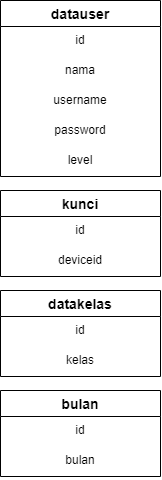
This is ERD.drawio.png from Dityaren/Diagram, a draw.io export, as it was before one commit. Source tidied: cells renumbered, new cells last; positions are measured from the earlier drawing's top-left corner, leaving out a move shared by most shapes.
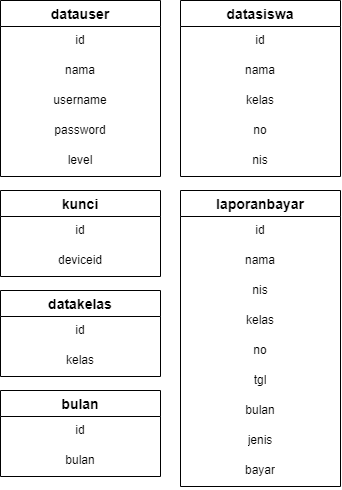
Later version of the same file.

The edit, as a diff of the source:
```diff
@@ -47,5 +47,53 @@
     <mxCell id="16" value="bulan" style="text;strokeColor=none;fillColor=none;spacingLeft=4;spacingRight=4;overflow=hidden;fontSize=12;align=center;" parent="14" vertex="1">
       <mxGeometry y="56" width="160" height="30" as="geometry" />
     </mxCell>
+    <mxCell id="17" value="datasiswa" style="swimlane;fontStyle=1;horizontal=1;startSize=26;align=center;fontSize=14;" parent="1" vertex="1">
+      <mxGeometry x="180" width="160" height="176" as="geometry" />
+    </mxCell>
+    <mxCell id="18" value="id" style="text;strokeColor=none;fillColor=none;spacingLeft=4;spacingRight=4;overflow=hidden;fontSize=12;align=center;" parent="17" vertex="1">
+      <mxGeometry y="26" width="160" height="30" as="geometry" />
+    </mxCell>
+    <mxCell id="19" value="nama" style="text;strokeColor=none;fillColor=none;spacingLeft=4;spacingRight=4;overflow=hidden;fontSize=12;align=center;" parent="17" vertex="1">
+      <mxGeometry y="56" width="160" height="30" as="geometry" />
+    </mxCell>
+    <mxCell id="20" value="kelas" style="text;strokeColor=none;fillColor=none;spacingLeft=4;spacingRight=4;overflow=hidden;fontSize=12;align=center;" parent="17" vertex="1">
+      <mxGeometry y="86" width="160" height="30" as="geometry" />
+    </mxCell>
+    <mxCell id="21" value="no" style="text;strokeColor=none;fillColor=none;spacingLeft=4;spacingRight=4;overflow=hidden;fontSize=12;align=center;html=1;" parent="17" vertex="1">
+      <mxGeometry y="116" width="160" height="30" as="geometry" />
+    </mxCell>
+    <mxCell id="22" value="nis" style="text;strokeColor=none;fillColor=none;spacingLeft=4;spacingRight=4;overflow=hidden;fontSize=12;align=center;html=1;" parent="17" vertex="1">
+      <mxGeometry y="146" width="160" height="30" as="geometry" />
+    </mxCell>
+    <mxCell id="23" value="laporanbayar" style="swimlane;fontStyle=1;horizontal=1;startSize=26;align=center;fontSize=14;" parent="1" vertex="1">
+      <mxGeometry x="180" y="190" width="160" height="296" as="geometry" />
+    </mxCell>
+    <mxCell id="24" value="id" style="text;strokeColor=none;fillColor=none;spacingLeft=4;spacingRight=4;overflow=hidden;fontSize=12;align=center;" parent="23" vertex="1">
+      <mxGeometry y="26" width="160" height="30" as="geometry" />
+    </mxCell>
+    <mxCell id="25" value="nama" style="text;strokeColor=none;fillColor=none;spacingLeft=4;spacingRight=4;overflow=hidden;fontSize=12;align=center;" parent="23" vertex="1">
+      <mxGeometry y="56" width="160" height="30" as="geometry" />
+    </mxCell>
+    <mxCell id="26" value="nis" style="text;strokeColor=none;fillColor=none;spacingLeft=4;spacingRight=4;overflow=hidden;fontSize=12;align=center;" parent="23" vertex="1">
+      <mxGeometry y="86" width="160" height="30" as="geometry" />
+    </mxCell>
+    <mxCell id="27" value="kelas" style="text;strokeColor=none;fillColor=none;spacingLeft=4;spacingRight=4;overflow=hidden;fontSize=12;align=center;html=1;" parent="23" vertex="1">
+      <mxGeometry y="116" width="160" height="30" as="geometry" />
+    </mxCell>
+    <mxCell id="28" value="no" style="text;strokeColor=none;fillColor=none;spacingLeft=4;spacingRight=4;overflow=hidden;fontSize=12;align=center;html=1;" parent="23" vertex="1">
+      <mxGeometry y="146" width="160" height="30" as="geometry" />
+    </mxCell>
+    <mxCell id="29" value="tgl" style="text;strokeColor=none;fillColor=none;spacingLeft=4;spacingRight=4;overflow=hidden;fontSize=12;align=center;html=1;" parent="23" vertex="1">
+      <mxGeometry y="176" width="160" height="30" as="geometry" />
+    </mxCell>
+    <mxCell id="30" value="bulan" style="text;strokeColor=none;fillColor=none;spacingLeft=4;spacingRight=4;overflow=hidden;fontSize=12;align=center;html=1;" parent="23" vertex="1">
+      <mxGeometry y="206" width="160" height="30" as="geometry" />
+    </mxCell>
+    <mxCell id="31" value="jenis" style="text;strokeColor=none;fillColor=none;spacingLeft=4;spacingRight=4;overflow=hidden;fontSize=12;align=center;html=1;" parent="23" vertex="1">
+      <mxGeometry y="236" width="160" height="30" as="geometry" />
+    </mxCell>
+    <mxCell id="32" value="bayar" style="text;strokeColor=none;fillColor=none;spacingLeft=4;spacingRight=4;overflow=hidden;fontSize=12;align=center;html=1;" parent="23" vertex="1">
+      <mxGeometry y="266" width="160" height="30" as="geometry" />
+    </mxCell>
   </root>
 </mxGraphModel>
```
